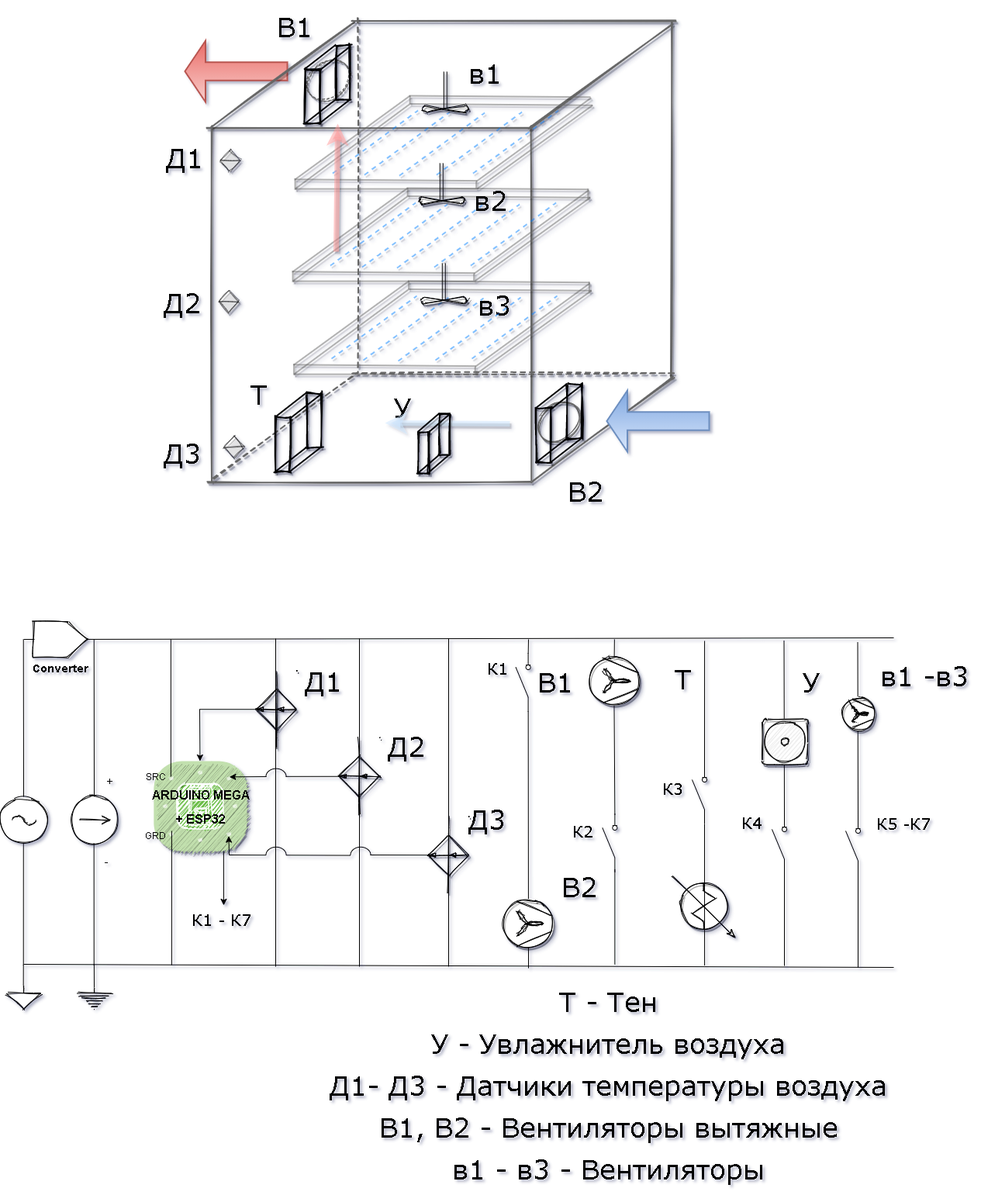
The draw.io diagram diagrams/pngs/Air Conditioning System.png in Yerlan999/SmartGreenHouse-KazATU, before a commit. Source tidied: cells renumbered, new cells last; positions are measured from the earlier drawing's top-left corner, leaving out a move shared by most shapes.
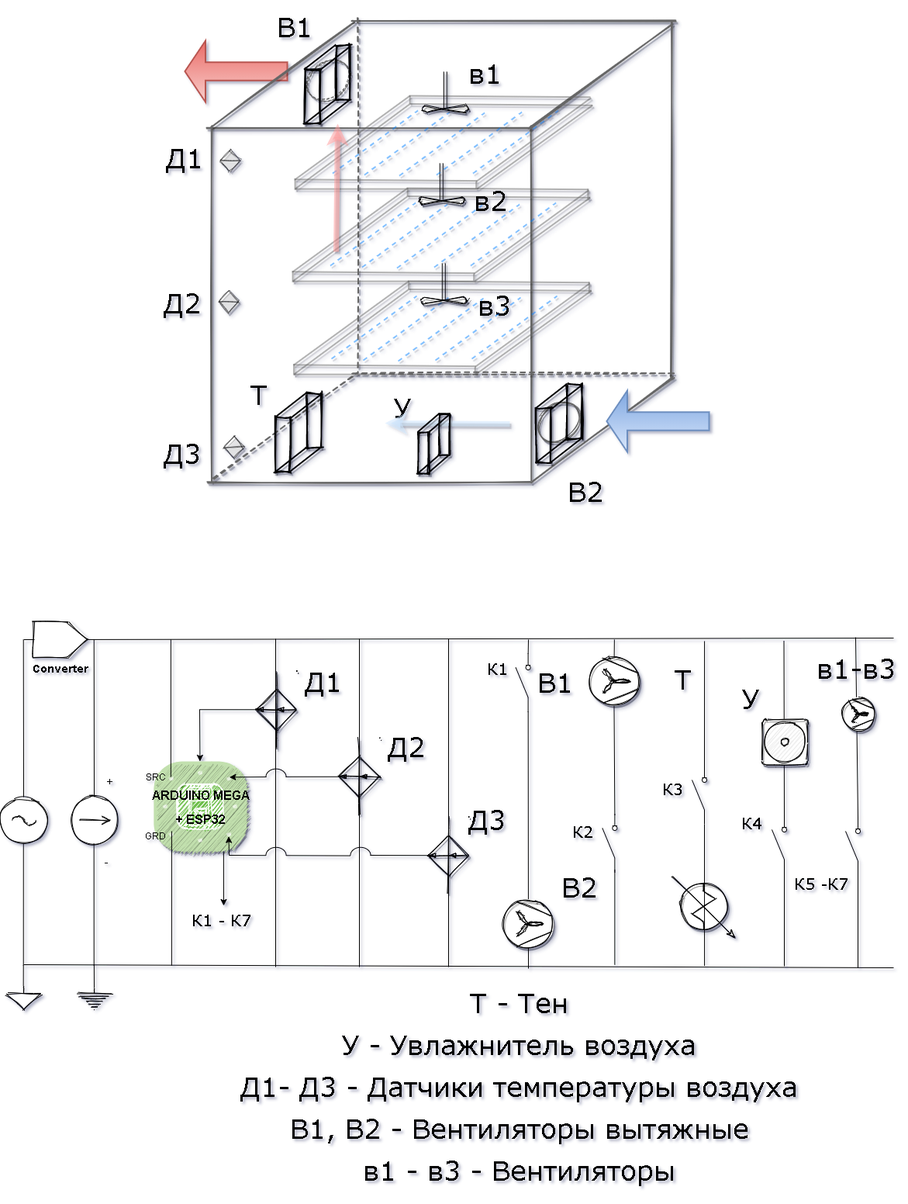
Above is the later version.

Change to the diagram source:
```diff
@@ -673,7 +673,7 @@
       <mxGeometry x="127.3" y="1079" width="20" height="50" as="geometry" />
     </mxCell>
     <mxCell id="160" value="&lt;p&gt;&lt;font face=&quot;Verdana&quot;&gt;&lt;span style=&quot;font-size: 35px&quot;&gt;Т - Тен&lt;/span&gt;&lt;/font&gt;&lt;/p&gt;&lt;p&gt;&lt;font face=&quot;Verdana&quot;&gt;&lt;span style=&quot;font-size: 35px&quot;&gt;У - Увлажнитель воздуха&lt;/span&gt;&lt;/font&gt;&lt;/p&gt;&lt;p&gt;&lt;font face=&quot;Verdana&quot;&gt;&lt;span style=&quot;font-size: 35px&quot;&gt;Д1- Д3 - Датчики температуры воздуха&lt;/span&gt;&lt;/font&gt;&lt;/p&gt;&lt;p&gt;&lt;font face=&quot;Verdana&quot;&gt;&lt;span style=&quot;font-size: 35px&quot;&gt;В1, В2 - Вентиляторы вытяжные&lt;/span&gt;&lt;/font&gt;&lt;/p&gt;&lt;p&gt;&lt;font face=&quot;Verdana&quot;&gt;&lt;span style=&quot;font-size: 35px&quot;&gt;в1 - в3 - Вентиляторы&lt;/span&gt;&lt;/font&gt;&lt;/p&gt;" style="text;html=1;align=center;verticalAlign=middle;strokeColor=none;" parent="1" vertex="1">
-      <mxGeometry x="419" y="1293" width="730" height="197" as="geometry" />
+      <mxGeometry x="304" y="1294.5" width="730" height="197" as="geometry" />
     </mxCell>
     <mxCell id="161" style="endArrow=none;html=1;" parent="1" edge="1">
       <mxGeometry relative="1" as="geometry">
@@ -771,7 +771,7 @@
       <mxGeometry x="860" y="843" width="40" height="50" as="geometry" />
     </mxCell>
     <mxCell id="184" value="&lt;p&gt;&lt;font face=&quot;Verdana&quot;&gt;&lt;span style=&quot;font-size: 35px&quot;&gt;У&lt;/span&gt;&lt;/font&gt;&lt;/p&gt;" style="text;html=1;align=center;verticalAlign=middle;strokeColor=none;" parent="1" vertex="1">
-      <mxGeometry x="1028" y="845" width="33" height="53" as="geometry" />
+      <mxGeometry x="950" y="866" width="33" height="53" as="geometry" />
     </mxCell>
     <mxCell id="185" style="verticalLabelPosition=bottom;shadow=0;dashed=0;align=center;html=1;verticalAlign=top;shape=mxgraph.electrical.electro-mechanical.switch_disconnector;rotation=-90;" parent="1" vertex="1">
       <mxGeometry x="967" y="1073" width="75" height="19" as="geometry" />
@@ -938,11 +938,11 @@
     <mxCell id="226" style="endArrow=none;html=1;" parent="1" edge="1">
       <mxGeometry relative="1" as="geometry">
         <mxPoint x="1106" y="1048" as="sourcePoint" />
-        <mxPoint x="1105.5" y="822" as="targetPoint" />
+        <mxPoint x="1103" y="815" as="targetPoint" />
       </mxGeometry>
     </mxCell>
-    <mxCell id="227" value="&lt;p&gt;&lt;font face=&quot;Verdana&quot;&gt;&lt;span style=&quot;font-size: 35px&quot;&gt;в1 -в3&lt;/span&gt;&lt;/font&gt;&lt;/p&gt;" style="text;html=1;align=center;verticalAlign=middle;strokeColor=none;" parent="1" vertex="1">
-      <mxGeometry x="1128" y="837" width="125" height="53" as="geometry" />
+    <mxCell id="227" value="&lt;p&gt;&lt;font face=&quot;Verdana&quot;&gt;&lt;span style=&quot;font-size: 35px&quot;&gt;в1-в3&lt;/span&gt;&lt;/font&gt;&lt;/p&gt;" style="text;html=1;align=center;verticalAlign=middle;strokeColor=none;" parent="1" vertex="1">
+      <mxGeometry x="1046" y="827" width="113" height="53" as="geometry" />
     </mxCell>
     <mxCell id="228" style="verticalLabelPosition=bottom;shadow=0;dashed=0;align=center;html=1;verticalAlign=top;shape=mxgraph.electrical.electro-mechanical.switch_disconnector;rotation=-90;" parent="1" vertex="1">
       <mxGeometry x="1062" y="1075" width="75" height="19" as="geometry" />
@@ -954,7 +954,7 @@
       </mxGeometry>
     </mxCell>
     <mxCell id="230" value="&lt;p&gt;&lt;font face=&quot;Verdana&quot;&gt;&lt;span style=&quot;font-size: 20px&quot;&gt;К5 -К7&lt;/span&gt;&lt;/font&gt;&lt;/p&gt;" style="text;html=1;align=center;verticalAlign=middle;strokeColor=none;" parent="1" vertex="1">
-      <mxGeometry x="1123" y="1031" width="81" height="47" as="geometry" />
+      <mxGeometry x="1017" y="1108" width="81" height="47" as="geometry" />
     </mxCell>
     <mxCell id="231" style="verticalLabelPosition=bottom;align=center;dashed=0;html=1;verticalAlign=top;shape=mxgraph.pid2misc.fan;fanType=common;shadow=1;sketch=1;" parent="1" vertex="1">
       <mxGeometry x="1086" y="893.6" width="41" height="41" as="geometry" />
```
